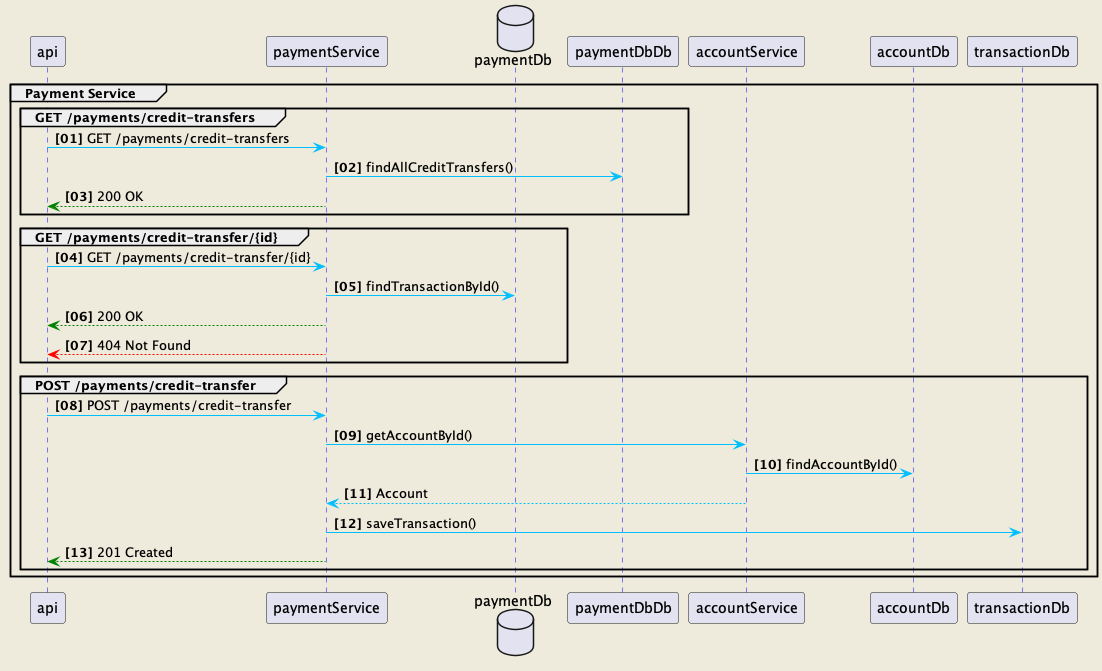
Earlier version of the PlantUML export docs/payment.png (C0d3N1nJ4/payment-service). Source of this version:
```plantuml
@startuml
skinparam backgroundColor #EEEBDC
skinparam sequence {
ArrowColor DeepSkyBlue
ActorBorderColor DeepSkyBlue
LifeLineBorderColor blue
LifeLineBackgroundColor #A9DCDF}

autonumber 1 1 "<b>[00]"
group Payment Service
    group GET /payments/credit-transfers
        api -> paymentService: GET /payments/credit-transfers
        database    paymentDb    as paymentDb
        paymentService -> paymentDbDb: findAllCreditTransfers()
        api <-[#green]- paymentService: 200 OK
    end
    group GET /payments/credit-transfer/{id}
        api -> paymentService: GET /payments/credit-transfer/{id}
        paymentService -> paymentDb: findTransactionById()
        api <-[#green]- paymentService: 200 OK
        api <-[#red]- paymentService: 404 Not Found
    end
    group POST /payments/credit-transfer
           api -> paymentService: POST /payments/credit-transfer
            paymentService -> accountService: getAccountById()
            accountService -> accountDb: findAccountById()
            accountService --> paymentService: Account
            paymentService -> transactionDb: saveTransaction()
            api <-[#green]- paymentService: 201 Created
    end
end
@enduml
```
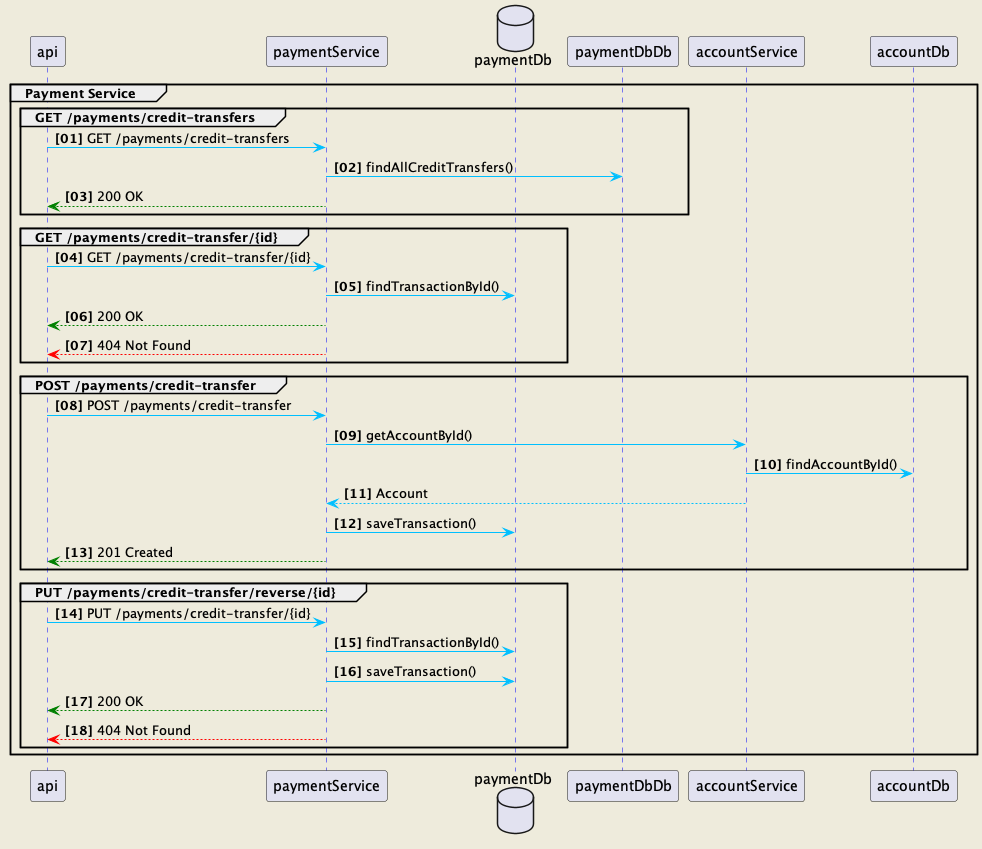
Above is the later version.

The edit, as a diff of the source:
```diff
@@ -25,8 +25,15 @@
             paymentService -> accountService: getAccountById()
             accountService -> accountDb: findAccountById()
             accountService --> paymentService: Account
-            paymentService -> transactionDb: saveTransaction()
+            paymentService -> paymentDb: saveTransaction()
             api <-[#green]- paymentService: 201 Created
+    end
+    group PUT /payments/credit-transfer/reverse/{id}
+        api -> paymentService: PUT /payments/credit-transfer/{id}
+        paymentService -> paymentDb: findTransactionById()
+        paymentService -> paymentDb: saveTransaction()
+        api <-[#green]- paymentService: 200 OK
+        api <-[#red]- paymentService: 404 Not Found
     end
 end
 @enduml
```
